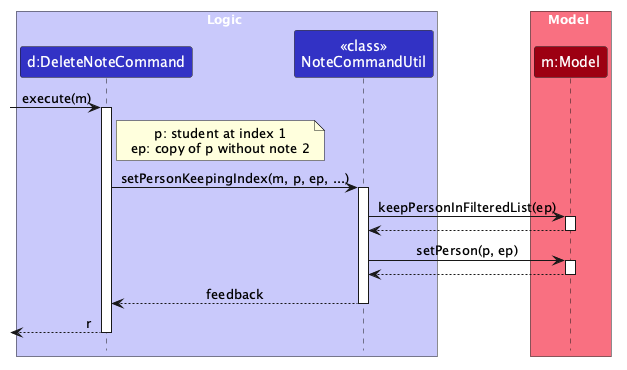
AY2627S1-CS2103T-T09-1/tp keeps this PlantUML diagram as docs/images/DeleteNoteSequenceDiagram.png. Above is the earlier version.
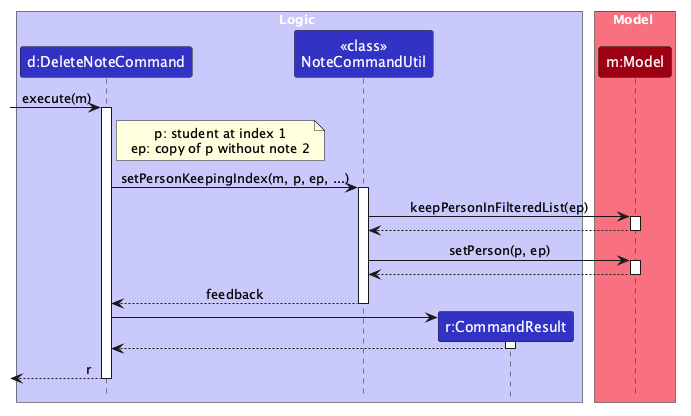
Later version of the same file.

Commit message:
Developer Guide: Show CommandResult in deletenote diagram

The diagram returned r without showing where it came from. Create r:CommandResult as the delete sequence diagram does.

The edit, as a diff of the source:
```diff
@@ -5,6 +5,7 @@
 box Logic LOGIC_COLOR_T1
 participant "d:DeleteNoteCommand" as DeleteNoteCommand LOGIC_COLOR
 participant "<<class>>\nNoteCommandUtil" as NoteCommandUtil LOGIC_COLOR
+participant "r:CommandResult" as CommandResult LOGIC_COLOR
 end box
 
 box Model MODEL_COLOR_T1
@@ -35,6 +36,13 @@
 NoteCommandUtil --> DeleteNoteCommand : feedback
 deactivate NoteCommandUtil
 
+create CommandResult
+DeleteNoteCommand -> CommandResult
+activate CommandResult
+
+CommandResult --> DeleteNoteCommand
+deactivate CommandResult
+
 [<-- DeleteNoteCommand : r
 deactivate DeleteNoteCommand
 @enduml
```
